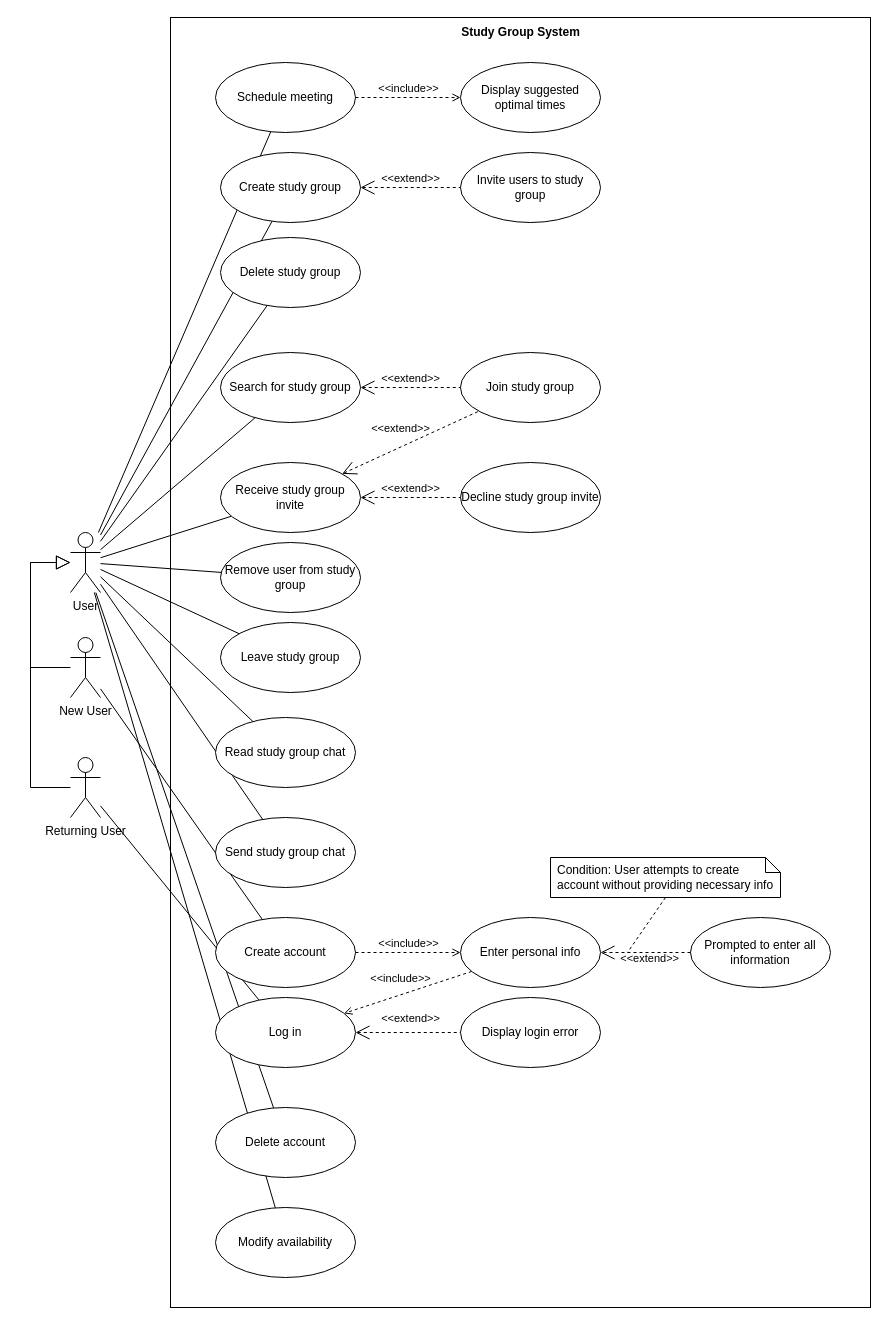
This is Deliverables/res/src/Study Sphere - Use Case Diagram.drawio from jadynlaila/Study_Group_Platform, a draw.io file, before an edit. Source tidied: cells renumbered, new cells numbered last; positions are measured from the earlier drawing's top-left corner, leaving out a move shared by most shapes. Both pictures are drawn from the tidied source at 100%, with x=0, y=0 at pixel (30, 17).
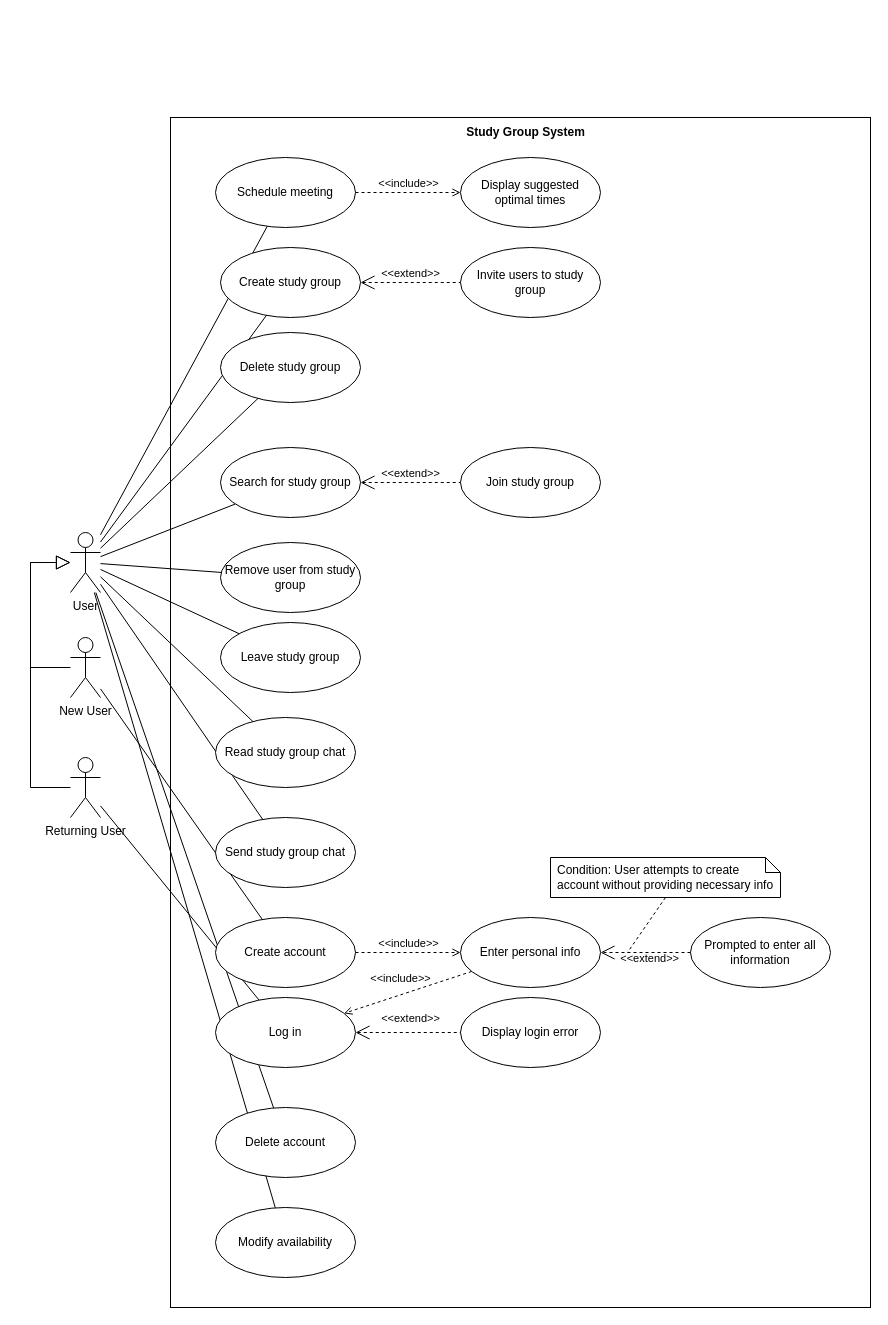
Above is the later version.

The change refers to these unchanged cells:
```xml
<mxCell id="5" value="User" style="shape=umlActor;html=1;verticalLabelPosition=bottom;verticalAlign=top;align=center;" parent="1" vertex="1">
  <mxGeometry x="40" y="515" width="30" height="60" as="geometry" />
</mxCell>
<mxCell id="7" value="Returning User" style="shape=umlActor;html=1;verticalLabelPosition=bottom;verticalAlign=top;align=center;" parent="1" vertex="1">
  <mxGeometry x="40" y="740" width="30" height="60" as="geometry" />
</mxCell>
```

The edit, as a diff of the source:
```diff
@@
-    <mxCell id="2" style="group;" parent="1" vertex="1">
-      <mxGeometry x="140" width="700" height="1290" as="geometry" />
-    </mxCell>
-    <mxCell id="3" style="rounded=0;whiteSpace=wrap;html=1;" parent="2" vertex="1">
-      <mxGeometry width="700" height="1290" as="geometry" />
+    <mxCell id="3" style="rounded=0;whiteSpace=wrap;html=1;" parent="1" vertex="1">
+      <mxGeometry x="140" y="100" width="700" height="1190" as="geometry" />
     </mxCell>
-    <mxCell id="4" value="Study Group System" style="text;html=1;align=center;verticalAlign=middle;strokeColor=none;fillColor=none;fontStyle=1;" parent="2" vertex="1">
-      <mxGeometry x="285" width="130" height="30" as="geometry" />
-    </mxCell>
@@
+    <mxCell id="39" style="edgeStyle=none;html=1;endArrow=none;verticalAlign=bottom;rounded=0;" parent="1" edge="1" source="5" target="46">
+      <mxGeometry relative="1" as="geometry" />
+    </mxCell>
+    <mxCell id="53" value="Leave study group" style="ellipse;whiteSpace=wrap;html=1;" parent="1" vertex="1">
+      <mxGeometry x="190" y="605" width="140" height="70" as="geometry" />
+    </mxCell>
+    <mxCell id="54" style="edgeStyle=none;html=1;endArrow=none;verticalAlign=bottom;rounded=0;" parent="1" edge="1" source="5" target="53">
+      <mxGeometry relative="1" as="geometry" />
+    </mxCell>
+    <mxCell id="55" style="edgeStyle=none;html=1;endArrow=block;endFill=0;endSize=12;verticalAlign=bottom;rounded=0;" parent="1" edge="1" source="7" target="5">
+      <mxGeometry relative="1" as="geometry">
+        <Array as="points">
+          <mxPoint y="770" />
+          <mxPoint y="545" />
+        </Array>
+      </mxGeometry>
+    </mxCell>
+    <mxCell id="57" value="Read study group chat" style="ellipse;whiteSpace=wrap;html=1;" parent="1" vertex="1">
+      <mxGeometry x="185" y="700" width="140" height="70" as="geometry" />
+    </mxCell>
+    <mxCell id="4" value="Study Group System" style="text;html=1;align=center;verticalAlign=middle;strokeColor=none;fillColor=none;fontStyle=1;" parent="1" vertex="1">
+      <mxGeometry x="430" y="100" width="130" height="30" as="geometry" />
+    </mxCell>
     <mxCell id="35" style="group;" parent="1" vertex="1">
-      <mxGeometry x="185" y="45" width="360" height="70" as="geometry" />
+      <mxGeometry x="185" y="140" width="360" height="70" as="geometry" />
     </mxCell>
@@
-    <mxCell id="39" style="edgeStyle=none;html=1;endArrow=none;verticalAlign=bottom;rounded=0;" parent="1" edge="1" source="5" target="46">
-      <mxGeometry relative="1" as="geometry" />
-    </mxCell>
-    <mxCell id="40" style="edgeStyle=none;html=1;endArrow=none;verticalAlign=bottom;rounded=0;" parent="1" edge="1" source="5" target="49">
-      <mxGeometry relative="1" as="geometry" />
-    </mxCell>
     <mxCell id="41" style="group;" parent="1" vertex="1">
-      <mxGeometry x="190" y="135" width="350" height="70" as="geometry" />
+      <mxGeometry x="190" y="230" width="350" height="70" as="geometry" />
     </mxCell>
@@
-    <mxCell id="45" style="group;" parent="1" vertex="1">
-      <mxGeometry x="190" y="335" width="350" height="180" as="geometry" />
-    </mxCell>
-    <mxCell id="46" value="Search for study group" style="ellipse;whiteSpace=wrap;html=1;" parent="45" vertex="1">
-      <mxGeometry width="140" height="70" as="geometry" />
+    <mxCell id="46" value="Search for study group" style="ellipse;whiteSpace=wrap;html=1;" parent="1" vertex="1">
+      <mxGeometry x="190" y="430" width="140" height="70" as="geometry" />
     </mxCell>
-    <mxCell id="47" value="Join study group" style="ellipse;whiteSpace=wrap;html=1;" parent="45" vertex="1">
-      <mxGeometry x="240" width="140" height="70" as="geometry" />
+    <mxCell id="47" value="Join study group" style="ellipse;whiteSpace=wrap;html=1;" parent="1" vertex="1">
+      <mxGeometry x="430" y="430" width="140" height="70" as="geometry" />
     </mxCell>
-    <mxCell id="48" value="&amp;lt;&amp;lt;extend&amp;gt;&amp;gt;" style="edgeStyle=none;html=1;startArrow=open;endArrow=none;startSize=12;verticalAlign=bottom;dashed=1;labelBackgroundColor=none;rounded=0;" parent="45" edge="1" source="46" target="47">
+    <mxCell id="48" value="&amp;lt;&amp;lt;extend&amp;gt;&amp;gt;" style="edgeStyle=none;html=1;startArrow=open;endArrow=none;startSize=12;verticalAlign=bottom;dashed=1;labelBackgroundColor=none;rounded=0;" parent="1" edge="1" source="46" target="47">
       <mxGeometry relative="1" as="geometry" />
     </mxCell>
-    <mxCell id="49" value="Receive study group invite" style="ellipse;whiteSpace=wrap;html=1;" parent="45" vertex="1">
-      <mxGeometry y="110" width="140" height="70" as="geometry" />
-    </mxCell>
-    <mxCell id="50" value="Decline study group invite" style="ellipse;whiteSpace=wrap;html=1;" parent="45" vertex="1">
-      <mxGeometry x="240" y="110" width="140" height="70" as="geometry" />
-    </mxCell>
-    <mxCell id="51" value="&amp;lt;&amp;lt;extend&amp;gt;&amp;gt;" style="edgeStyle=none;html=1;startArrow=open;endArrow=none;startSize=12;verticalAlign=bottom;dashed=1;labelBackgroundColor=none;rounded=0;" parent="45" edge="1" source="49" target="47">
-      <mxGeometry x="-0.09" y="9" relative="1" as="geometry" />
-    </mxCell>
-    <mxCell id="52" value="&amp;lt;&amp;lt;extend&amp;gt;&amp;gt;" style="edgeStyle=none;html=1;startArrow=open;endArrow=none;startSize=12;verticalAlign=bottom;dashed=1;labelBackgroundColor=none;rounded=0;" parent="45" edge="1" source="49" target="50">
-      <mxGeometry relative="1" as="geometry" />
-    </mxCell>
-    <mxCell id="53" value="Leave study group" style="ellipse;whiteSpace=wrap;html=1;" parent="1" vertex="1">
-      <mxGeometry x="190" y="605" width="140" height="70" as="geometry" />
-    </mxCell>
-    <mxCell id="54" style="edgeStyle=none;html=1;endArrow=none;verticalAlign=bottom;rounded=0;" parent="1" edge="1" source="5" target="53">
-      <mxGeometry relative="1" as="geometry" />
-    </mxCell>
-    <mxCell id="55" style="edgeStyle=none;html=1;endArrow=block;endFill=0;endSize=12;verticalAlign=bottom;rounded=0;" parent="1" edge="1" source="7" target="5">
-      <mxGeometry relative="1" as="geometry">
-        <Array as="points">
-          <mxPoint y="770" />
-          <mxPoint y="545" />
-        </Array>
-      </mxGeometry>
-    </mxCell>
     <mxCell id="56" value="Delete study group" style="ellipse;whiteSpace=wrap;html=1;" parent="1" vertex="1">
-      <mxGeometry x="190" y="220" width="140" height="70" as="geometry" />
+      <mxGeometry x="190" y="315" width="140" height="70" as="geometry" />
     </mxCell>
-    <mxCell id="57" value="Read study group chat" style="ellipse;whiteSpace=wrap;html=1;" parent="1" vertex="1">
-      <mxGeometry x="185" y="700" width="140" height="70" as="geometry" />
-    </mxCell>
```
